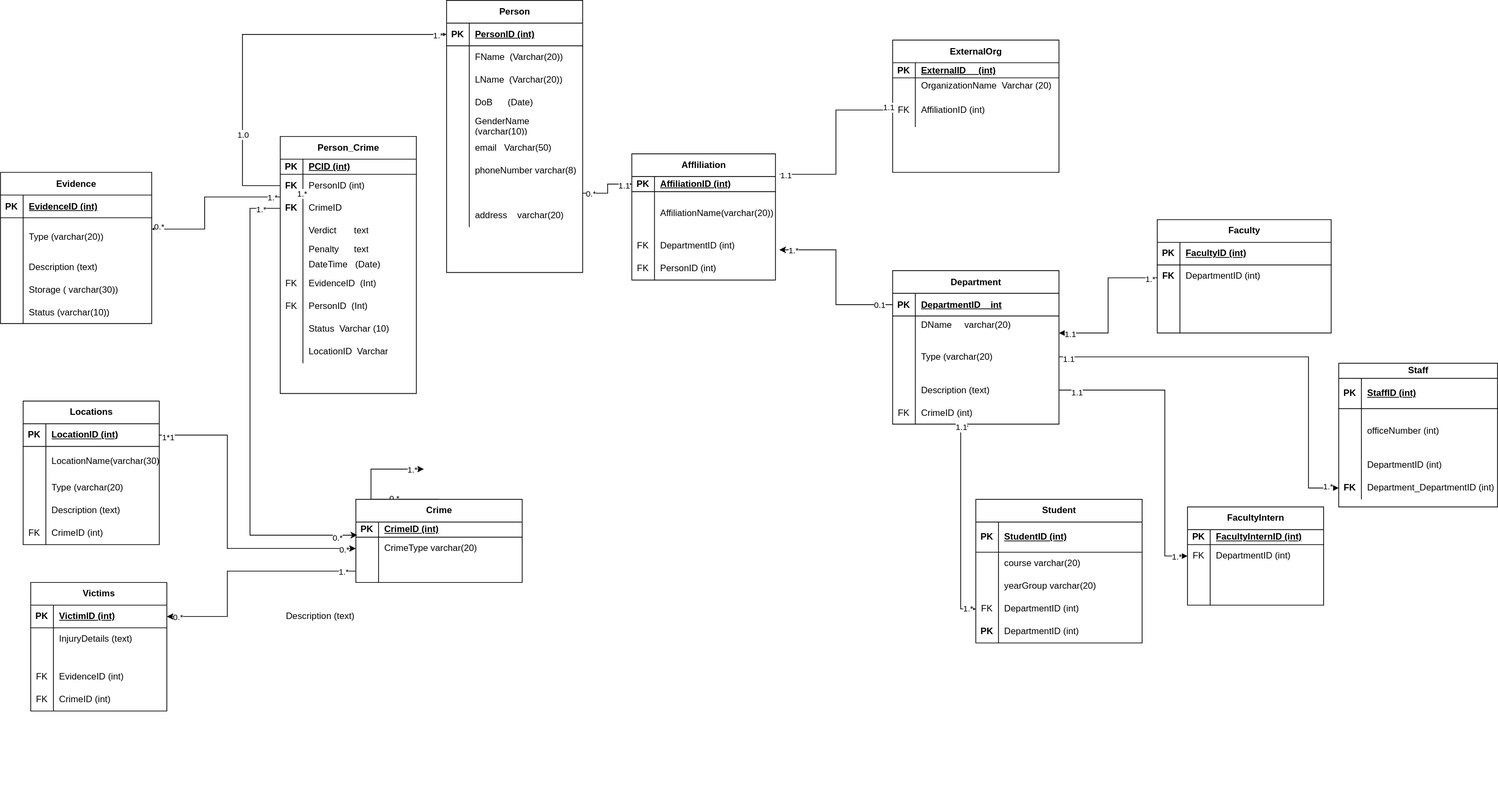
Priscile2/Diagrams keeps this draw.io diagram as Untitled Diagram.drawio.svg. Above is the earlier version. Source tidied: cells renumbered, new cells last; positions are measured from the earlier drawing's top-left corner, leaving out a move shared by most shapes.
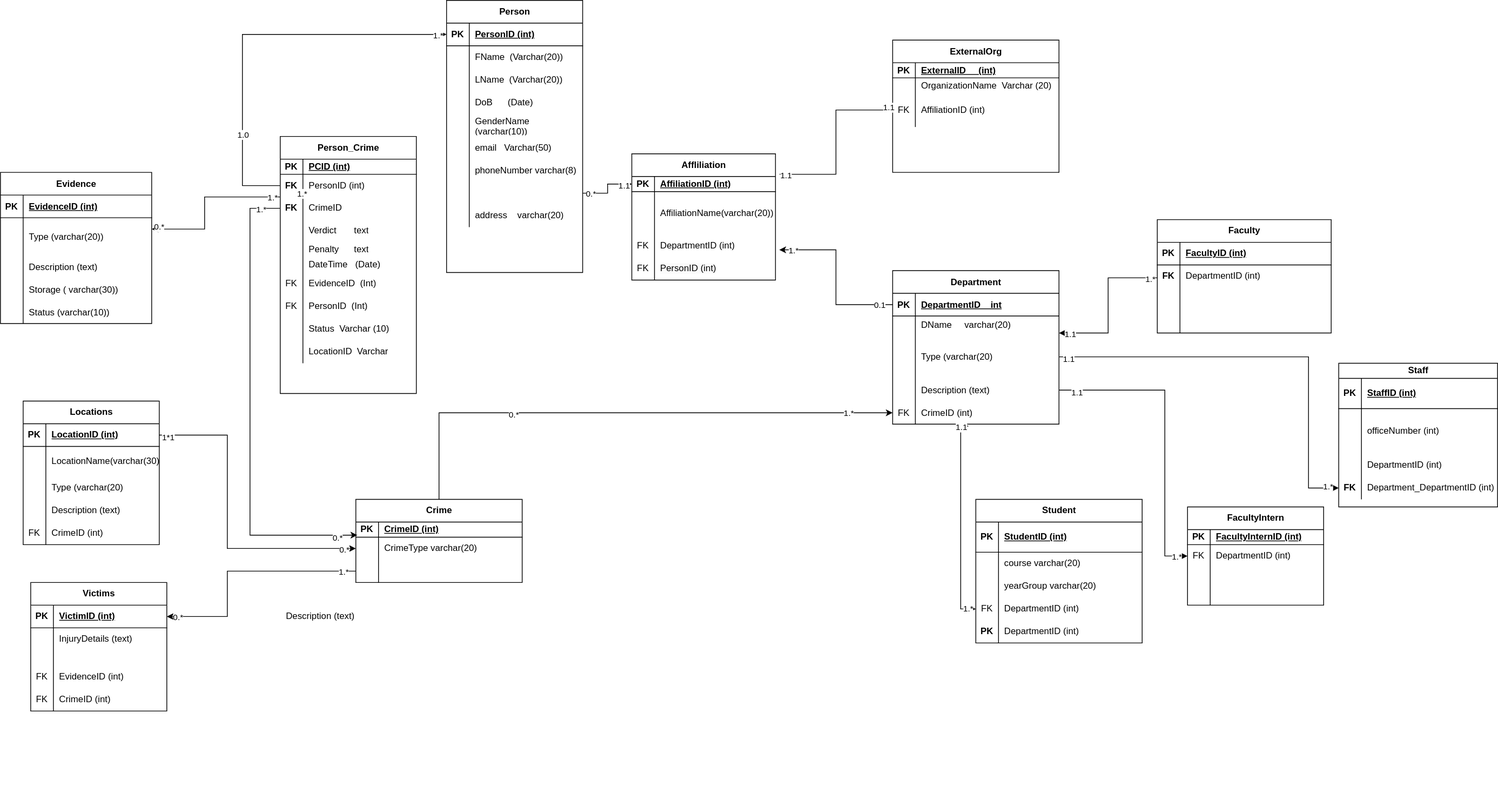
After the commit.

The edit, as a diff of the source:
```diff
@@ -470,11 +470,10 @@
     <mxCell id="157" value="AffiliationID (int)" style="shape=partialRectangle;fillColor=none;top=0;left=0;bottom=0;right=0;align=left;spacingLeft=6;overflow=hidden;whiteSpace=wrap;html=1;" parent="155" vertex="1">
       <mxGeometry x="30" width="190" height="45" as="geometry" />
     </mxCell>
-    <mxCell id="158" style="edgeStyle=elbowEdgeStyle;rounded=0;jettySize=auto;html=1;exitX=0.5;exitY=0;exitDx=0;exitDy=0;" parent="1" edge="1" source="161">
+    <mxCell id="158" style="edgeStyle=elbowEdgeStyle;rounded=0;jettySize=auto;html=1;exitX=0.5;exitY=0;exitDx=0;exitDy=0;entryX=0;entryY=0.5;entryDx=0;entryDy=0;" parent="1" edge="1" source="161" target="56">
       <mxGeometry relative="1" as="geometry">
-        <mxPoint x="560" y="620" as="targetPoint" />
         <Array as="points">
-          <mxPoint x="490" y="620" />
+          <mxPoint x="580" y="600" />
         </Array>
       </mxGeometry>
     </mxCell>
```
